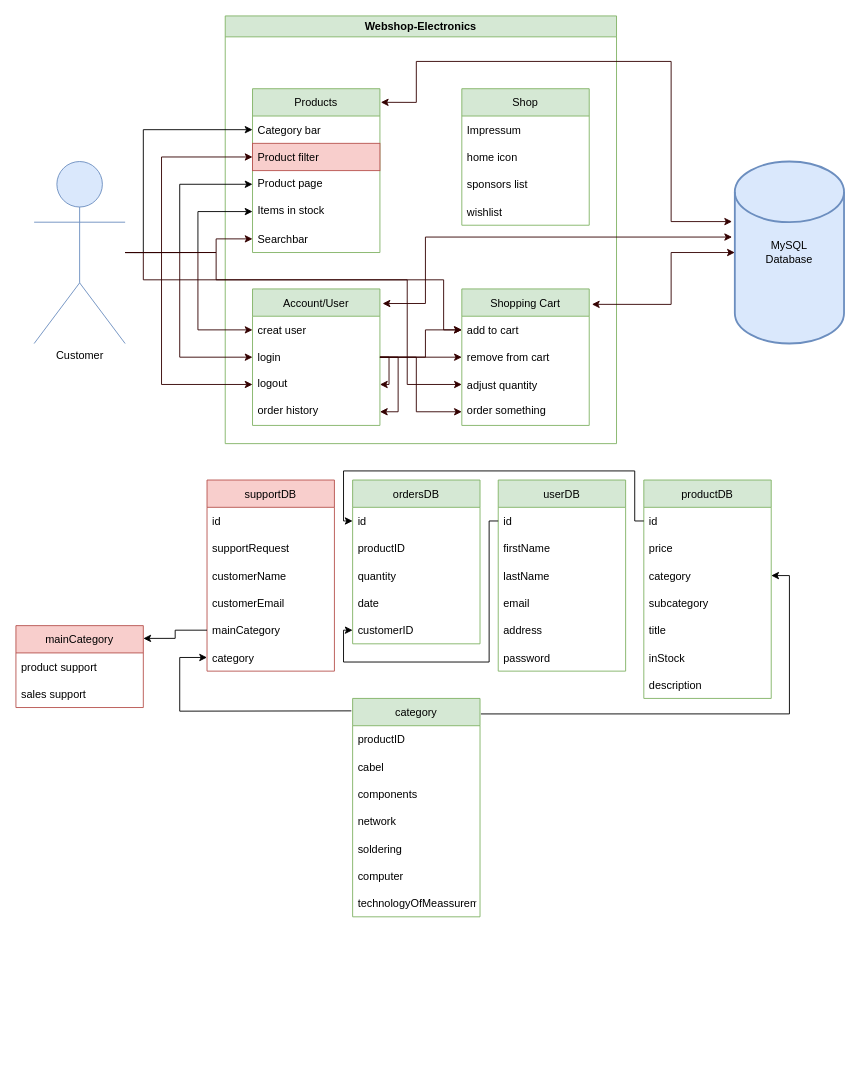
The draw.io diagram Anforderungen.drawio in Serpant4632/webshop-electronics, before the edit. Source tidied: cells renumbered, new cells numbered last; positions are measured from the earlier drawing's top-left corner, leaving out a move shared by most shapes. Both pictures are drawn from the tidied source at 91%, with x=0, y=0 at pixel (15, 15).
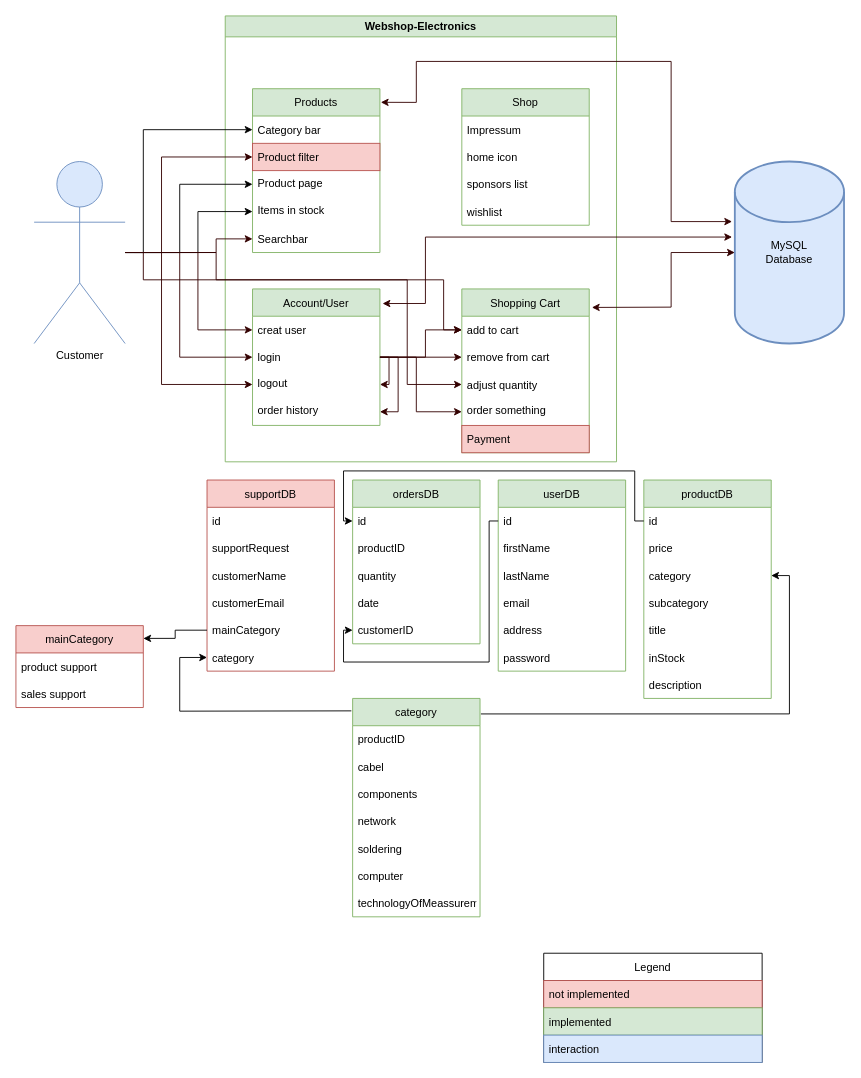
The same page after the edit.

Unchanged cells that the change refers to:
```xml
<mxCell id="29" value="MySQL&lt;br&gt;Database" style="strokeWidth=2;html=1;shape=mxgraph.flowchart.database;whiteSpace=wrap;fillColor=#dae8fc;strokeColor=#6c8ebf;" parent="1" vertex="1">
  <mxGeometry x="790" y="160" width="120" height="200" as="geometry" />
</mxCell>
```

The edit, as a diff of the source:
```diff
@@
     <mxCell id="2" value="Webshop-Electronics" style="swimlane;fillColor=#d5e8d4;strokeColor=#82b366;" parent="1" vertex="1">
-      <mxGeometry x="230" width="430" height="470" as="geometry" />
+      <mxGeometry x="230" width="430" height="490" as="geometry" />
     </mxCell>
     <mxCell id="3" value="Shopping Cart" style="swimlane;fontStyle=0;horizontal=1;startSize=30;fillColor=#d5e8d4;strokeColor=#82b366;" parent="2" vertex="1">
-      <mxGeometry x="260" y="300" width="140" height="150" as="geometry" />
+      <mxGeometry x="260" y="300" width="140" height="180" as="geometry" />
     </mxCell>
@@
+    <mxCell id="88" value="Payment" style="text;strokeColor=#b85450;fillColor=#f8cecc;align=left;verticalAlign=middle;spacingLeft=4;spacingRight=4;overflow=hidden;" parent="3" vertex="1">
+      <mxGeometry y="150" width="140" height="30" as="geometry" />
+    </mxCell>
@@
     <mxCell id="85" style="endArrow=classic;startArrow=classic;html=1;rounded=0;strokeColor=#330000;entryX=0;entryY=0.5;entryDx=0;entryDy=0;entryPerimeter=0;exitX=1.021;exitY=0.113;exitDx=0;exitDy=0;exitPerimeter=0;" parent="1" edge="1" source="3" target="29">
       <mxGeometry relative="1" as="geometry">
         <Array as="points">
-          <mxPoint x="720" y="317" />
+          <mxPoint x="720" y="320" />
           <mxPoint x="720" y="260" />
         </Array>
       </mxGeometry>
     </mxCell>
@@
+    <mxCell id="89" value="Legend" style="swimlane;fontStyle=0;horizontal=1;startSize=30;" parent="1" vertex="1">
+      <mxGeometry x="580" y="1030" width="240" height="120" as="geometry" />
+    </mxCell>
+    <mxCell id="90" value="not implemented" style="text;strokeColor=#b85450;fillColor=#f8cecc;align=left;verticalAlign=middle;spacingLeft=4;spacingRight=4;overflow=hidden;" parent="89" vertex="1">
+      <mxGeometry y="30" width="240" height="30" as="geometry" />
+    </mxCell>
+    <mxCell id="91" value="implemented" style="text;strokeColor=#82b366;fillColor=#d5e8d4;align=left;verticalAlign=middle;spacingLeft=4;spacingRight=4;overflow=hidden;" parent="89" vertex="1">
+      <mxGeometry y="60" width="240" height="30" as="geometry" />
+    </mxCell>
+    <mxCell id="92" value="interaction" style="text;strokeColor=#6c8ebf;fillColor=#dae8fc;align=left;verticalAlign=middle;spacingLeft=4;spacingRight=4;overflow=hidden;" parent="89" vertex="1">
+      <mxGeometry y="90" width="240" height="30" as="geometry" />
+    </mxCell>
```
